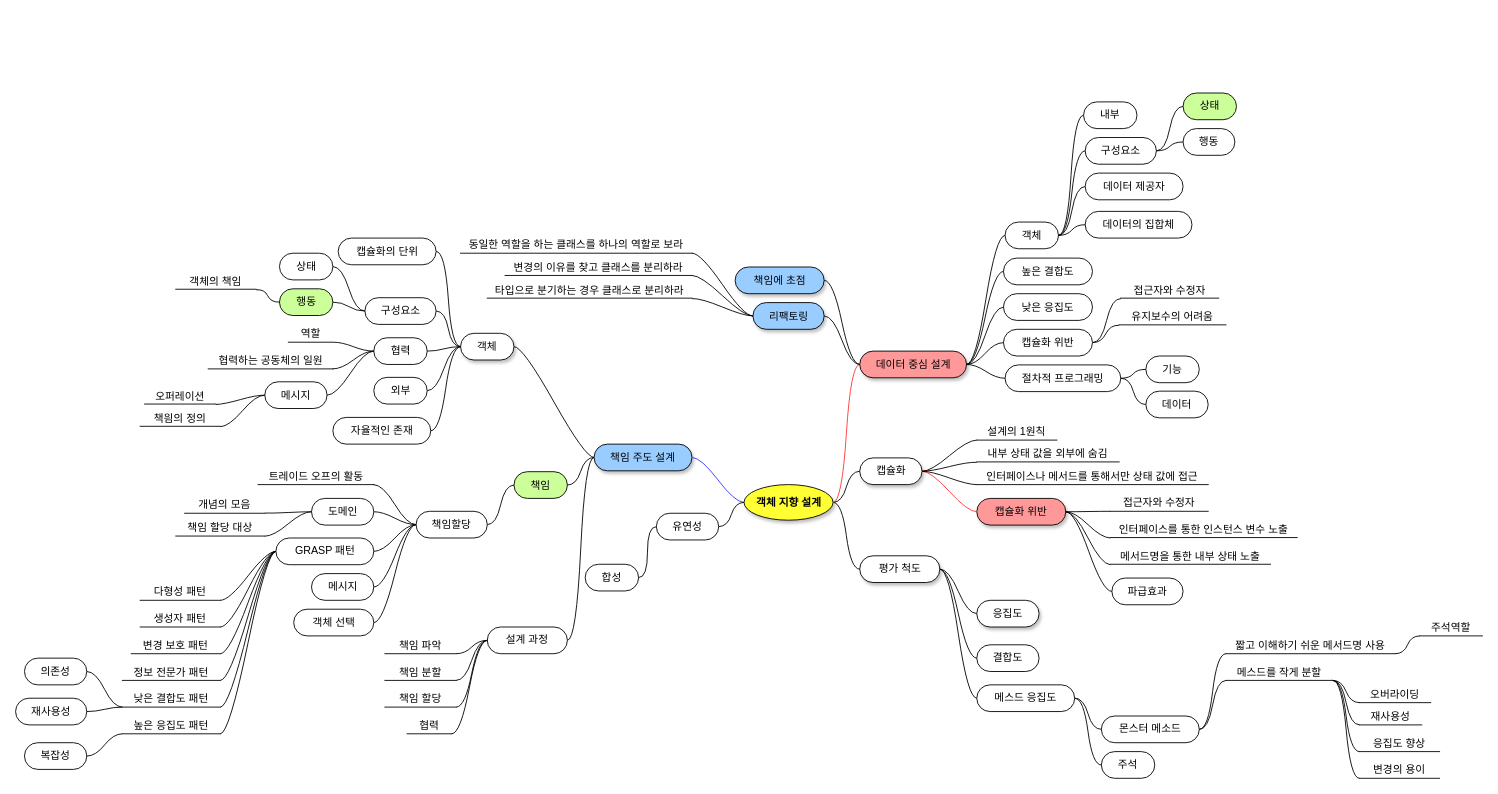
leeha0/object keeps this draw.io diagram as src/main/java/chapter5/chapter5.drawio. Above is the earlier version. Source tidied: cells renumbered, new cells numbered last; positions are measured from the earlier drawing's top-left corner, leaving out a move shared by most shapes. Both pictures are drawn from the tidied source at 89%, with x=0, y=0 at pixel (15, 93).
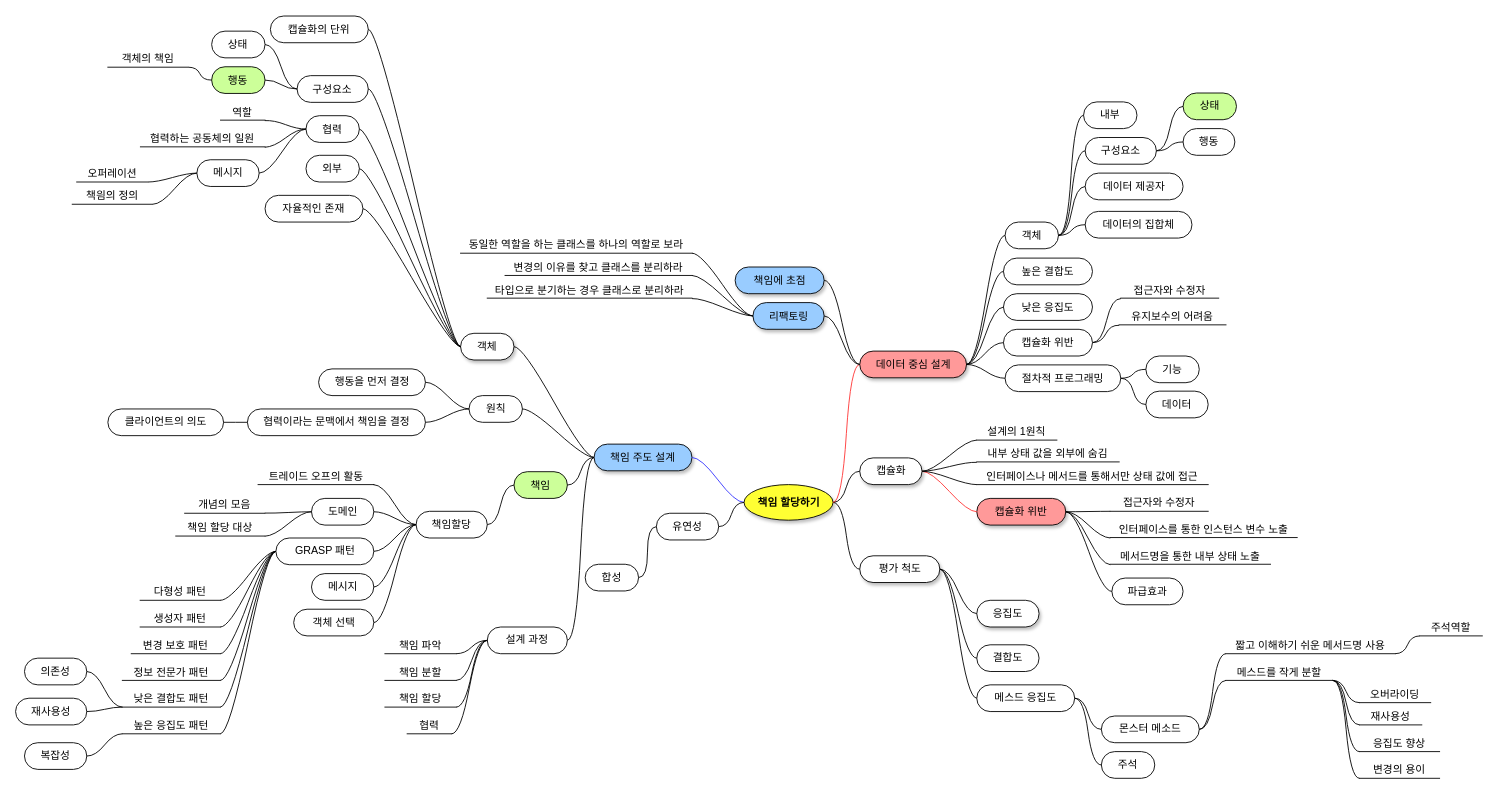
The same page after the edit.

The change refers to these unchanged cells:
```xml
<mxCell id="36" value="책임 주도 설계" style="whiteSpace=wrap;html=1;rounded=1;arcSize=50;align=center;verticalAlign=middle;strokeWidth=1;spacing=4;shadow=1;fillColor=#99CCFF;" parent="1" vertex="1">
  <mxGeometry x="650" y="394.5" width="110" height="30" as="geometry" />
</mxCell>
```

The edit, as a diff of the source:
```diff
@@
-    <mxCell id="2" value="&lt;b&gt;객체 지향 설계&lt;/b&gt;" style="ellipse;whiteSpace=wrap;html=1;align=center;fillColor=#FFFF33;shadow=1;" parent="1" vertex="1">
+    <mxCell id="2" value="&lt;b&gt;책임 할당하기&lt;/b&gt;" style="ellipse;whiteSpace=wrap;html=1;align=center;fillColor=#FFFF33;shadow=1;" parent="1" vertex="1">
       <mxGeometry x="818.5" y="440" width="100" height="40" as="geometry" />
     </mxCell>
@@
     <mxCell id="7" value="상태" style="whiteSpace=wrap;html=1;rounded=1;arcSize=50;align=center;verticalAlign=middle;strokeWidth=1;spacing=4;" parent="1" vertex="1">
-      <mxGeometry x="296.5" y="180" width="60" height="30" as="geometry" />
+      <mxGeometry x="220.3" y="-69.5" width="60" height="30" as="geometry" />
     </mxCell>
@@
     <mxCell id="11" value="행동" style="whiteSpace=wrap;html=1;rounded=1;arcSize=50;align=center;verticalAlign=middle;strokeWidth=1;spacing=4;fillColor=#CCFF99;" parent="1" vertex="1">
-      <mxGeometry x="296.5" y="220" width="60" height="30" as="geometry" />
+      <mxGeometry x="220.3" y="-29.5" width="60" height="30" as="geometry" />
     </mxCell>
@@
     <mxCell id="31" value="구성요소" style="whiteSpace=wrap;html=1;rounded=1;arcSize=50;align=center;verticalAlign=middle;strokeWidth=1;spacing=4;shadow=0;fillColor=#FFFFFF;" parent="1" vertex="1">
-      <mxGeometry x="392.5" y="230" width="80" height="30" as="geometry" />
+      <mxGeometry x="316.3" y="-19.5" width="80" height="30" as="geometry" />
     </mxCell>
@@
     <mxCell id="52" value="협력" style="whiteSpace=wrap;html=1;rounded=1;arcSize=50;align=center;verticalAlign=middle;strokeWidth=1;spacing=4;shadow=0;fillColor=#FFFFFF;" parent="1" vertex="1">
-      <mxGeometry x="402.5" y="275" width="60" height="30" as="geometry" />
+      <mxGeometry x="326.3" y="25.5" width="60" height="30" as="geometry" />
     </mxCell>
@@
     <mxCell id="54" value="메시지" style="whiteSpace=wrap;html=1;rounded=1;arcSize=50;align=center;verticalAlign=middle;strokeWidth=1;spacing=4;shadow=0;fillColor=#FFFFFF;" parent="1" vertex="1">
-      <mxGeometry x="280" y="324.5" width="70" height="30" as="geometry" />
+      <mxGeometry x="203.7" y="75" width="70" height="30" as="geometry" />
     </mxCell>
@@
     <mxCell id="72" value="역할" style="whiteSpace=wrap;html=1;shape=partialRectangle;top=0;left=0;bottom=1;right=0;points=[[0,1],[1,1]];strokeColor=#000000;fillColor=none;align=center;verticalAlign=bottom;routingCenterY=0.5;snapToPoint=1;shadow=0;" parent="1" vertex="1">
-      <mxGeometry x="306.5" y="260" width="50" height="20" as="geometry" />
+      <mxGeometry x="230.3" y="10.5" width="50" height="20" as="geometry" />
     </mxCell>
@@
     <mxCell id="74" value="협력하는 공동체의 일원" style="whiteSpace=wrap;html=1;shape=partialRectangle;top=0;left=0;bottom=1;right=0;points=[[0,1],[1,1]];strokeColor=#000000;fillColor=none;align=center;verticalAlign=bottom;routingCenterY=0.5;snapToPoint=1;shadow=0;" parent="1" vertex="1">
-      <mxGeometry x="216.5" y="290" width="140" height="20" as="geometry" />
+      <mxGeometry x="140.3" y="40.5" width="140" height="20" as="geometry" />
     </mxCell>
@@
     <mxCell id="80" value="자율적인 존재" style="whiteSpace=wrap;html=1;rounded=1;arcSize=50;align=center;verticalAlign=middle;strokeWidth=1;spacing=4;" parent="1" vertex="1">
-      <mxGeometry x="356.5" y="364.5" width="110" height="30" as="geometry" />
+      <mxGeometry x="280.3" y="115" width="110" height="30" as="geometry" />
     </mxCell>
@@
     <mxCell id="82" value="오퍼레이션" style="whiteSpace=wrap;html=1;shape=partialRectangle;top=0;left=0;bottom=1;right=0;points=[[0,1],[1,1]];strokeColor=#000000;fillColor=none;align=center;verticalAlign=bottom;routingCenterY=0.5;snapToPoint=1;" parent="1" vertex="1">
-      <mxGeometry x="145" y="329.5" width="80" height="20" as="geometry" />
+      <mxGeometry x="68.7" y="80" width="80" height="20" as="geometry" />
     </mxCell>
@@
     <mxCell id="84" value="책읨의 정의" style="whiteSpace=wrap;html=1;shape=partialRectangle;top=0;left=0;bottom=1;right=0;points=[[0,1],[1,1]];strokeColor=#000000;fillColor=none;align=center;verticalAlign=bottom;routingCenterY=0.5;snapToPoint=1;" parent="1" vertex="1">
-      <mxGeometry x="140" y="354.5" width="90" height="20" as="geometry" />
+      <mxGeometry x="63.7" y="105" width="90" height="20" as="geometry" />
     </mxCell>
@@
     <mxCell id="112" value="외부" style="whiteSpace=wrap;html=1;rounded=1;arcSize=50;align=center;verticalAlign=middle;strokeWidth=1;spacing=4;shadow=0;fillColor=#FFFFFF;" parent="1" vertex="1">
-      <mxGeometry x="402.5" y="319.5" width="60" height="30" as="geometry" />
+      <mxGeometry x="326.3" y="70" width="60" height="30" as="geometry" />
     </mxCell>
@@
     <mxCell id="118" value="객체의 책임" style="whiteSpace=wrap;html=1;shape=partialRectangle;top=0;left=0;bottom=1;right=0;points=[[0,1],[1,1]];strokeColor=#000000;fillColor=none;align=center;verticalAlign=bottom;routingCenterY=0.5;snapToPoint=1;shadow=0;" parent="1" vertex="1">
-      <mxGeometry x="180" y="200.5" width="90" height="20" as="geometry" />
+      <mxGeometry x="103.7" y="-49" width="90" height="20" as="geometry" />
     </mxCell>
@@
     <mxCell id="130" value="캡슐화의 단위" style="whiteSpace=wrap;html=1;rounded=1;arcSize=50;align=center;verticalAlign=middle;strokeWidth=1;spacing=4;shadow=0;fillColor=#FFFFFF;" parent="1" vertex="1">
-      <mxGeometry x="362.5" y="163" width="110" height="30" as="geometry" />
+      <mxGeometry x="286.3" y="-86.5" width="110" height="30" as="geometry" />
     </mxCell>
@@
+    <mxCell id="170" value="원칙" style="whiteSpace=wrap;html=1;rounded=1;arcSize=50;align=center;verticalAlign=middle;strokeWidth=1;spacing=4;fillColor=#FFFFFF;" parent="1" vertex="1">
+      <mxGeometry x="509.5" y="340" width="60" height="30" as="geometry" />
+    </mxCell>
+    <mxCell id="171" style="edgeStyle=entityRelationEdgeStyle;startArrow=none;endArrow=none;segment=10;curved=1;" parent="1" edge="1" source="36" target="170">
+      <mxGeometry relative="1" as="geometry" />
+    </mxCell>
+    <mxCell id="172" value="행동을 먼저 결정" style="whiteSpace=wrap;html=1;rounded=1;arcSize=50;align=center;verticalAlign=middle;strokeWidth=1;spacing=4;fillColor=#FFFFFF;" parent="1" vertex="1">
+      <mxGeometry x="340.5" y="310" width="120" height="30" as="geometry" />
+    </mxCell>
+    <mxCell id="173" style="edgeStyle=entityRelationEdgeStyle;startArrow=none;endArrow=none;segment=10;curved=1;" parent="1" edge="1" source="170" target="172">
+      <mxGeometry relative="1" as="geometry" />
+    </mxCell>
+    <mxCell id="174" value="협력이라는 문맥에서 책임을 결정" style="whiteSpace=wrap;html=1;rounded=1;arcSize=50;align=center;verticalAlign=middle;strokeWidth=1;spacing=4;fillColor=#FFFFFF;" parent="1" vertex="1">
+      <mxGeometry x="260.5" y="355" width="200" height="30" as="geometry" />
+    </mxCell>
+    <mxCell id="175" style="edgeStyle=entityRelationEdgeStyle;startArrow=none;endArrow=none;segment=10;curved=1;" parent="1" edge="1" source="170" target="174">
+      <mxGeometry relative="1" as="geometry" />
+    </mxCell>
+    <mxCell id="176" value="클라이언트의 의도" style="whiteSpace=wrap;html=1;rounded=1;arcSize=50;align=center;verticalAlign=middle;strokeWidth=1;spacing=4;fillColor=#FFFFFF;" parent="1" vertex="1">
+      <mxGeometry x="103.7" y="355" width="130" height="30" as="geometry" />
+    </mxCell>
+    <mxCell id="177" style="edgeStyle=entityRelationEdgeStyle;startArrow=none;endArrow=none;segment=10;curved=1;" parent="1" edge="1" source="174" target="176">
+      <mxGeometry relative="1" as="geometry" />
+    </mxCell>
```
